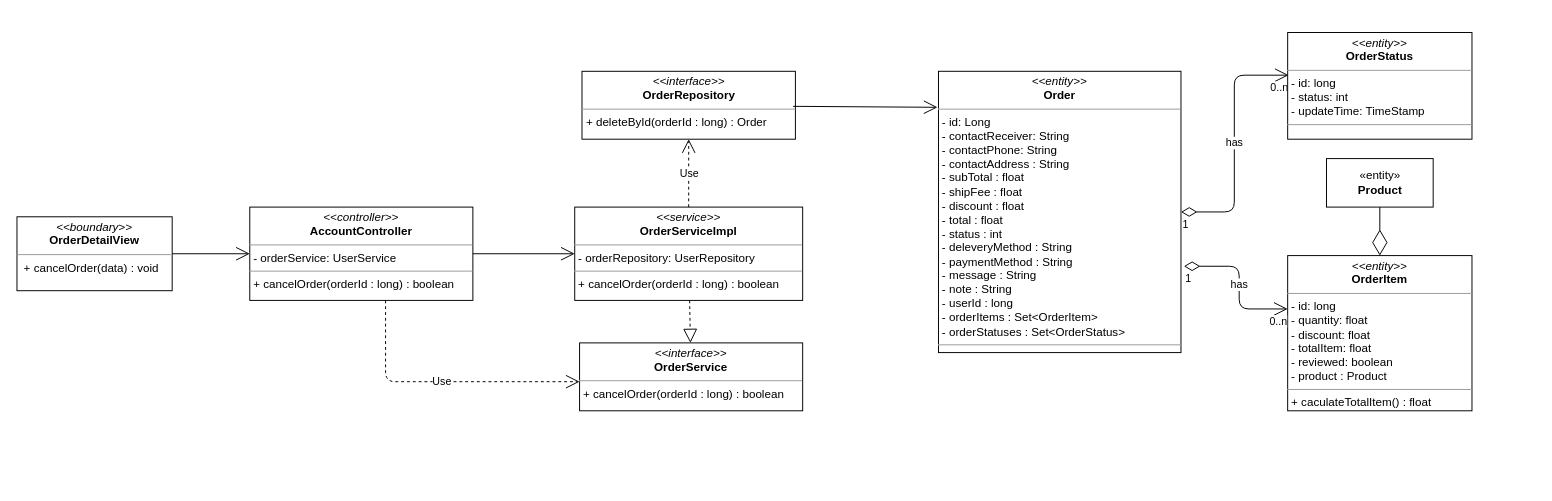
Before: class diagram/cancel-order-class-diagram.drawio in nguyenphamvan/datn_20202, a draw.io diagram. Source tidied: cells renumbered, new cells numbered last; positions are measured from the earlier drawing's top-left corner, leaving out a move shared by most shapes. Both pictures are drawn from the tidied source at 97%, with x=0, y=0 at pixel (16, 32).
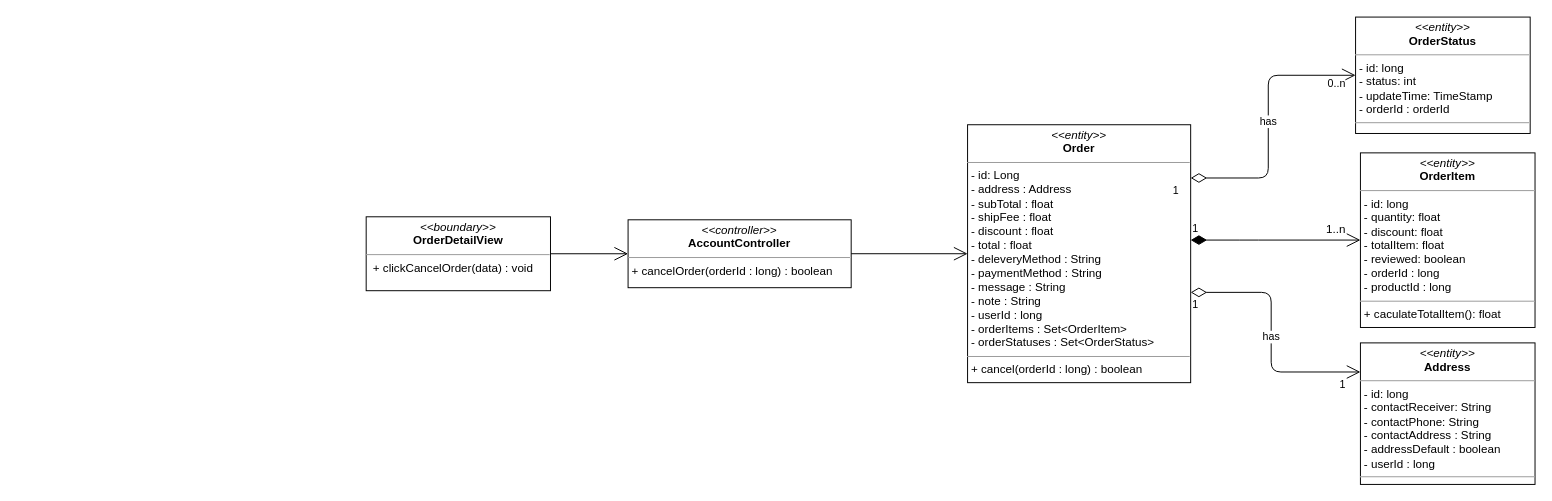
The same page after the edit.

What changed in the source:
```diff
@@
-    <mxCell id="2" value="&lt;p style=&quot;margin: 0px ; margin-top: 4px ; text-align: center&quot;&gt;&lt;i&gt;&amp;lt;&amp;lt;boundary&amp;gt;&amp;gt;&lt;/i&gt;&lt;br&gt;&lt;b&gt;OrderDetailView&lt;/b&gt;&lt;/p&gt;&lt;hr size=&quot;1&quot;&gt;&lt;p style=&quot;margin: 0px ; margin-left: 4px&quot;&gt;&lt;span&gt;&amp;nbsp;&lt;/span&gt;&lt;span&gt;+ cancelOrder(data) : void&lt;/span&gt;&lt;/p&gt;" style="verticalAlign=top;align=left;overflow=fill;fontSize=12;fontFamily=Helvetica;html=1;" parent="1" vertex="1">
-      <mxGeometry y="190" width="160" height="76.2" as="geometry" />
-    </mxCell>
-    <mxCell id="3" style="endArrow=open;endFill=1;endSize=12;html=1;exitX=1;exitY=0.5;exitDx=0;exitDy=0;" parent="1" edge="1" source="2" target="4">
-      <mxGeometry relative="1" as="geometry" />
-    </mxCell>
-    <mxCell id="4" value="&lt;p style=&quot;margin: 0px ; margin-top: 4px ; text-align: center&quot;&gt;&lt;i&gt;&amp;lt;&amp;lt;controller&amp;gt;&amp;gt;&lt;/i&gt;&lt;br&gt;&lt;b&gt;AccountController&lt;/b&gt;&lt;br&gt;&lt;/p&gt;&lt;hr size=&quot;1&quot;&gt;&lt;p style=&quot;margin: 0px ; margin-left: 4px&quot;&gt;- orderService: UserService&lt;/p&gt;&lt;hr size=&quot;1&quot;&gt;&lt;p style=&quot;margin: 0px ; margin-left: 4px&quot;&gt;+ cancelOrder(orderId : long) : boolean&lt;br&gt;&lt;/p&gt;" style="verticalAlign=top;align=left;overflow=fill;fontSize=12;fontFamily=Helvetica;html=1;" parent="1" vertex="1">
-      <mxGeometry x="240" y="180" width="230" height="96.2" as="geometry" />
-    </mxCell>
-    <mxCell id="5" value="&lt;p style=&quot;margin: 0px ; margin-top: 4px ; text-align: center&quot;&gt;&lt;i&gt;&amp;lt;&amp;lt;interface&amp;gt;&amp;gt;&lt;/i&gt;&lt;br&gt;&lt;b&gt;OrderService&lt;/b&gt;&lt;/p&gt;&lt;hr size=&quot;1&quot;&gt;&lt;p style=&quot;margin: 0px ; margin-left: 4px&quot;&gt;+ cancelOrder(orderId : long) : boolean&lt;/p&gt;" style="verticalAlign=top;align=left;overflow=fill;fontSize=12;fontFamily=Helvetica;html=1;" parent="1" vertex="1">
-      <mxGeometry x="580" y="320" width="230" height="70" as="geometry" />
-    </mxCell>
-    <mxCell id="6" value="&lt;p style=&quot;margin: 0px ; margin-top: 4px ; text-align: center&quot;&gt;&lt;i&gt;&amp;lt;&amp;lt;interface&amp;gt;&amp;gt;&lt;/i&gt;&lt;br&gt;&lt;b&gt;OrderRepository&lt;/b&gt;&lt;/p&gt;&lt;hr size=&quot;1&quot;&gt;&lt;p style=&quot;margin: 0px ; margin-left: 4px&quot;&gt;+ deleteById(orderId : long) : Order&lt;br&gt;&lt;/p&gt;" style="verticalAlign=top;align=left;overflow=fill;fontSize=12;fontFamily=Helvetica;html=1;" parent="1" vertex="1">
-      <mxGeometry x="582.5" y="40" width="220" height="70" as="geometry" />
-    </mxCell>
-    <mxCell id="7" value="&lt;p style=&quot;margin: 0px ; margin-top: 4px ; text-align: center&quot;&gt;&lt;i&gt;&amp;lt;&amp;lt;service&amp;gt;&amp;gt;&lt;/i&gt;&lt;br&gt;&lt;b&gt;OrderServiceImpl&lt;/b&gt;&lt;br&gt;&lt;/p&gt;&lt;hr size=&quot;1&quot;&gt;&lt;p style=&quot;margin: 0px ; margin-left: 4px&quot;&gt;- orderRepository: UserRepository&lt;/p&gt;&lt;hr size=&quot;1&quot;&gt;&lt;p style=&quot;margin: 0px ; margin-left: 4px&quot;&gt;+ cancelOrder(orderId : long) : boolean&lt;br&gt;&lt;/p&gt;" style="verticalAlign=top;align=left;overflow=fill;fontSize=12;fontFamily=Helvetica;html=1;" parent="1" vertex="1">
-      <mxGeometry x="575" y="180" width="235" height="96.2" as="geometry" />
-    </mxCell>
-    <mxCell id="8" style="endArrow=block;dashed=1;endFill=0;endSize=12;html=1;" parent="1" edge="1" source="7" target="5">
-      <mxGeometry relative="1" as="geometry" />
-    </mxCell>
-    <mxCell id="9" value="Use" style="endArrow=open;endSize=12;dashed=1;html=1;edgeStyle=orthogonalEdgeStyle;" parent="1" edge="1" source="4" target="5">
-      <mxGeometry relative="1" as="geometry">
-        <Array as="points">
-          <mxPoint x="380" y="360" />
-        </Array>
-      </mxGeometry>
-    </mxCell>
-    <mxCell id="10" style="endArrow=open;endFill=1;endSize=12;html=1;" parent="1" edge="1" source="4" target="7">
-      <mxGeometry relative="1" as="geometry" />
-    </mxCell>
-    <mxCell id="11" value="Use" style="endArrow=open;endSize=12;dashed=1;html=1;exitX=0.5;exitY=0;exitDx=0;exitDy=0;" parent="1" edge="1" source="7" target="6">
-      <mxGeometry relative="1" as="geometry" />
-    </mxCell>
-    <mxCell id="12" value="&lt;p style=&quot;margin: 0px ; margin-top: 4px ; text-align: center&quot;&gt;&lt;i&gt;&amp;lt;&amp;lt;entity&amp;gt;&amp;gt;&lt;/i&gt;&lt;br&gt;&lt;b&gt;Order&lt;/b&gt;&lt;/p&gt;&lt;hr size=&quot;1&quot;&gt;&lt;p style=&quot;margin: 0px ; margin-left: 4px&quot;&gt;- id: Long&lt;/p&gt;&lt;p style=&quot;margin: 0px 0px 0px 4px&quot;&gt;- contactReceiver: String&lt;br&gt;- contactPhone: String&lt;/p&gt;&lt;p style=&quot;margin: 0px 0px 0px 4px&quot;&gt;- contactAddress : String&lt;/p&gt;&lt;p style=&quot;margin: 0px 0px 0px 4px&quot;&gt;- subTotal : float&lt;/p&gt;&lt;p style=&quot;margin: 0px 0px 0px 4px&quot;&gt;- shipFee : float&lt;/p&gt;&lt;p style=&quot;margin: 0px 0px 0px 4px&quot;&gt;- discount : float&lt;/p&gt;&lt;p style=&quot;margin: 0px 0px 0px 4px&quot;&gt;- total : float&lt;/p&gt;&lt;p style=&quot;margin: 0px 0px 0px 4px&quot;&gt;- status : int&lt;/p&gt;&lt;p style=&quot;margin: 0px 0px 0px 4px&quot;&gt;- deleveryMethod : String&lt;/p&gt;&lt;p style=&quot;margin: 0px 0px 0px 4px&quot;&gt;- paymentMethod : String&lt;/p&gt;&lt;p style=&quot;margin: 0px 0px 0px 4px&quot;&gt;- message : String&lt;/p&gt;&lt;p style=&quot;margin: 0px 0px 0px 4px&quot;&gt;- note : String&lt;/p&gt;&lt;p style=&quot;margin: 0px 0px 0px 4px&quot;&gt;- userId : long&lt;/p&gt;&lt;p style=&quot;margin: 0px 0px 0px 4px&quot;&gt;- orderItems : Set&amp;lt;OrderItem&amp;gt;&lt;/p&gt;&lt;p style=&quot;margin: 0px 0px 0px 4px&quot;&gt;- orderStatuses : Set&amp;lt;OrderStatus&amp;gt;&amp;nbsp;&lt;/p&gt;&lt;hr size=&quot;1&quot;&gt;&lt;p style=&quot;margin: 0px ; margin-left: 4px&quot;&gt;&lt;br&gt;&lt;/p&gt;" style="verticalAlign=top;align=left;overflow=fill;fontSize=12;fontFamily=Helvetica;html=1;" parent="1" vertex="1">
-      <mxGeometry x="950" y="40" width="250" height="290" as="geometry" />
-    </mxCell>
-    <mxCell id="13" value="&lt;p style=&quot;margin: 0px ; margin-top: 4px ; text-align: center&quot;&gt;&lt;i&gt;&amp;lt;&amp;lt;entity&amp;gt;&amp;gt;&lt;/i&gt;&lt;br&gt;&lt;b&gt;OrderItem&lt;/b&gt;&lt;/p&gt;&lt;hr size=&quot;1&quot;&gt;&lt;p style=&quot;margin: 0px ; margin-left: 4px&quot;&gt;- id: long&lt;/p&gt;&lt;p style=&quot;margin: 0px ; margin-left: 4px&quot;&gt;- quantity: float&lt;br&gt;- discount: float&lt;/p&gt;&lt;p style=&quot;margin: 0px ; margin-left: 4px&quot;&gt;- totalItem: float&lt;/p&gt;&lt;p style=&quot;margin: 0px ; margin-left: 4px&quot;&gt;- reviewed: boolean&lt;/p&gt;&lt;p style=&quot;margin: 0px ; margin-left: 4px&quot;&gt;- product : Product&lt;/p&gt;&lt;hr size=&quot;1&quot;&gt;&lt;p style=&quot;margin: 0px ; margin-left: 4px&quot;&gt;+ caculateTotalItem() : float&lt;/p&gt;" style="verticalAlign=top;align=left;overflow=fill;fontSize=12;fontFamily=Helvetica;html=1;" parent="1" vertex="1">
-      <mxGeometry x="1310" y="230" width="190" height="160" as="geometry" />
-    </mxCell>
-    <mxCell id="14" value="has" style="endArrow=open;html=1;endSize=12;startArrow=diamondThin;startSize=14;startFill=0;edgeStyle=orthogonalEdgeStyle;entryX=0.005;entryY=0.4;entryDx=0;entryDy=0;entryPerimeter=0;" parent="1" edge="1" source="12" target="22">
-      <mxGeometry relative="1" as="geometry" />
-    </mxCell>
-    <mxCell id="15" value="1" style="edgeLabel;html=1;align=left;verticalAlign=top;" parent="14" vertex="1">
-      <mxGeometry x="-1" relative="1" as="geometry" />
-    </mxCell>
-    <mxCell id="16" value="0..n" style="edgeLabel;html=1;align=right;verticalAlign=top;" parent="14" vertex="1">
-      <mxGeometry x="1" relative="1" as="geometry" />
-    </mxCell>
-    <mxCell id="17" value="has" style="endArrow=open;html=1;endSize=12;startArrow=diamondThin;startSize=14;startFill=0;edgeStyle=orthogonalEdgeStyle;exitX=1.012;exitY=0.693;exitDx=0;exitDy=0;exitPerimeter=0;" parent="1" edge="1" source="12" target="13">
-      <mxGeometry relative="1" as="geometry">
-        <Array as="points">
-          <mxPoint x="1260" y="241" />
-          <mxPoint x="1260" y="285" />
-        </Array>
-      </mxGeometry>
-    </mxCell>
-    <mxCell id="18" value="1" style="edgeLabel;html=1;align=left;verticalAlign=top;" parent="17" vertex="1">
-      <mxGeometry x="-1" relative="1" as="geometry" />
-    </mxCell>
-    <mxCell id="19" value="0..n" style="edgeLabel;html=1;align=right;verticalAlign=top;" parent="17" vertex="1">
-      <mxGeometry x="1" relative="1" as="geometry" />
-    </mxCell>
-    <mxCell id="20" value="«entity»&lt;br&gt;&lt;b&gt;Product&lt;/b&gt;" style="html=1;" parent="1" vertex="1">
-      <mxGeometry x="1350" y="130" width="110" height="50" as="geometry" />
-    </mxCell>
-    <mxCell id="21" style="endArrow=diamondThin;endFill=0;endSize=24;html=1;exitX=0.5;exitY=1;exitDx=0;exitDy=0;" parent="1" edge="1" source="20" target="13">
-      <mxGeometry relative="1" as="geometry" />
-    </mxCell>
-    <mxCell id="22" value="&lt;p style=&quot;margin: 0px ; margin-top: 4px ; text-align: center&quot;&gt;&lt;i&gt;&amp;lt;&amp;lt;entity&amp;gt;&amp;gt;&lt;/i&gt;&lt;br&gt;&lt;b&gt;OrderStatus&lt;/b&gt;&lt;/p&gt;&lt;hr size=&quot;1&quot;&gt;&lt;p style=&quot;margin: 0px ; margin-left: 4px&quot;&gt;- id: long&lt;/p&gt;&lt;p style=&quot;margin: 0px ; margin-left: 4px&quot;&gt;- status: int&lt;br&gt;- updateTime: TimeStamp&lt;/p&gt;&lt;hr size=&quot;1&quot;&gt;&lt;p style=&quot;margin: 0px ; margin-left: 4px&quot;&gt;&lt;br&gt;&lt;/p&gt;" style="verticalAlign=top;align=left;overflow=fill;fontSize=12;fontFamily=Helvetica;html=1;" parent="1" vertex="1">
-      <mxGeometry x="1310" width="190" height="110" as="geometry" />
-    </mxCell>
-    <mxCell id="23" style="endArrow=open;endFill=1;endSize=12;html=1;exitX=0.989;exitY=0.516;exitDx=0;exitDy=0;exitPerimeter=0;entryX=-0.004;entryY=0.128;entryDx=0;entryDy=0;entryPerimeter=0;" parent="1" edge="1" source="6" target="12">
-      <mxGeometry relative="1" as="geometry" />
-    </mxCell>
+    <mxCell id="24" value="&lt;p style=&quot;margin: 0px ; margin-top: 4px ; text-align: center&quot;&gt;&lt;i&gt;&amp;lt;&amp;lt;boundary&amp;gt;&amp;gt;&lt;/i&gt;&lt;br&gt;&lt;b&gt;OrderDetailView&lt;/b&gt;&lt;/p&gt;&lt;hr size=&quot;1&quot;&gt;&lt;p style=&quot;margin: 0px ; margin-left: 4px&quot;&gt;&lt;span&gt;&amp;nbsp;&lt;/span&gt;&lt;span&gt;+ clickCancelOrder(data) : void&lt;/span&gt;&lt;/p&gt;" style="verticalAlign=top;align=left;overflow=fill;fontSize=12;fontFamily=Helvetica;html=1;" parent="1" vertex="1">
+      <mxGeometry x="360" y="190" width="190" height="76.2" as="geometry" />
+    </mxCell>
+    <mxCell id="25" style="endArrow=open;endFill=1;endSize=12;html=1;exitX=1;exitY=0.5;exitDx=0;exitDy=0;" parent="1" edge="1" source="24" target="26">
+      <mxGeometry relative="1" as="geometry" />
+    </mxCell>
+    <mxCell id="26" value="&lt;p style=&quot;margin: 0px ; margin-top: 4px ; text-align: center&quot;&gt;&lt;i&gt;&amp;lt;&amp;lt;controller&amp;gt;&amp;gt;&lt;/i&gt;&lt;br&gt;&lt;b&gt;AccountController&lt;/b&gt;&lt;/p&gt;&lt;hr size=&quot;1&quot;&gt;&lt;p style=&quot;margin: 0px ; margin-left: 4px&quot;&gt;+ cancelOrder(orderId : long) : boolean&lt;br&gt;&lt;/p&gt;" style="verticalAlign=top;align=left;overflow=fill;fontSize=12;fontFamily=Helvetica;html=1;" parent="1" vertex="1">
+      <mxGeometry x="630" y="193.1" width="230" height="70" as="geometry" />
+    </mxCell>
+    <mxCell id="27" style="endArrow=open;endFill=1;endSize=12;html=1;" parent="1" edge="1" source="26" target="34">
+      <mxGeometry relative="1" as="geometry" />
+    </mxCell>
+    <mxCell id="28" value="&lt;p style=&quot;margin: 0px ; margin-top: 4px ; text-align: center&quot;&gt;&lt;i&gt;&amp;lt;&amp;lt;entity&amp;gt;&amp;gt;&lt;/i&gt;&lt;br&gt;&lt;b&gt;Address&lt;/b&gt;&lt;/p&gt;&lt;hr size=&quot;1&quot;&gt;&lt;p style=&quot;margin: 0px ; margin-left: 4px&quot;&gt;- id: long&lt;/p&gt;&lt;p style=&quot;margin: 0px ; margin-left: 4px&quot;&gt;- contactReceiver: String&lt;br&gt;- contactPhone: String&lt;/p&gt;&lt;p style=&quot;margin: 0px ; margin-left: 4px&quot;&gt;- contactAddress : String&lt;/p&gt;&lt;p style=&quot;margin: 0px ; margin-left: 4px&quot;&gt;- addressDefault : boolean&lt;/p&gt;&lt;p style=&quot;margin: 0px ; margin-left: 4px&quot;&gt;- userId : long&lt;/p&gt;&lt;hr size=&quot;1&quot;&gt;&lt;p style=&quot;margin: 0px ; margin-left: 4px&quot;&gt;&lt;br&gt;&lt;/p&gt;" style="verticalAlign=top;align=left;overflow=fill;fontSize=12;fontFamily=Helvetica;html=1;" parent="1" vertex="1">
+      <mxGeometry x="1385" y="320" width="180" height="145.9" as="geometry" />
+    </mxCell>
+    <mxCell id="29" value="&lt;p style=&quot;margin: 0px ; margin-top: 4px ; text-align: center&quot;&gt;&lt;i&gt;&amp;lt;&amp;lt;entity&amp;gt;&amp;gt;&lt;/i&gt;&lt;br&gt;&lt;b&gt;OrderItem&lt;/b&gt;&lt;/p&gt;&lt;hr size=&quot;1&quot;&gt;&lt;p style=&quot;margin: 0px ; margin-left: 4px&quot;&gt;- id: long&lt;/p&gt;&lt;p style=&quot;margin: 0px ; margin-left: 4px&quot;&gt;- quantity: float&lt;br&gt;- discount: float&lt;/p&gt;&lt;p style=&quot;margin: 0px ; margin-left: 4px&quot;&gt;- totalItem: float&lt;/p&gt;&lt;p style=&quot;margin: 0px ; margin-left: 4px&quot;&gt;- reviewed: boolean&lt;/p&gt;&lt;p style=&quot;margin: 0px ; margin-left: 4px&quot;&gt;- orderId : long&lt;/p&gt;&lt;p style=&quot;margin: 0px ; margin-left: 4px&quot;&gt;- productId : long&lt;/p&gt;&lt;hr size=&quot;1&quot;&gt;&lt;p style=&quot;margin: 0px ; margin-left: 4px&quot;&gt;+ caculateTotalItem(): float&lt;br&gt;&lt;/p&gt;" style="verticalAlign=top;align=left;overflow=fill;fontSize=12;fontFamily=Helvetica;html=1;" parent="1" vertex="1">
+      <mxGeometry x="1385" y="124.1" width="180" height="180" as="geometry" />
+    </mxCell>
+    <mxCell id="30" value="&lt;p style=&quot;margin: 0px ; margin-top: 4px ; text-align: center&quot;&gt;&lt;i&gt;&amp;lt;&amp;lt;entity&amp;gt;&amp;gt;&lt;/i&gt;&lt;br&gt;&lt;b&gt;OrderStatus&lt;/b&gt;&lt;/p&gt;&lt;hr size=&quot;1&quot;&gt;&lt;p style=&quot;margin: 0px ; margin-left: 4px&quot;&gt;- id: long&lt;/p&gt;&lt;p style=&quot;margin: 0px ; margin-left: 4px&quot;&gt;- status: int&lt;br&gt;- updateTime: TimeStamp&lt;/p&gt;&lt;p style=&quot;margin: 0px ; margin-left: 4px&quot;&gt;- orderId : orderId&lt;/p&gt;&lt;hr size=&quot;1&quot;&gt;&lt;p style=&quot;margin: 0px ; margin-left: 4px&quot;&gt;&lt;br&gt;&lt;/p&gt;" style="verticalAlign=top;align=left;overflow=fill;fontSize=12;fontFamily=Helvetica;html=1;" parent="1" vertex="1">
+      <mxGeometry x="1380" y="-15.9" width="180" height="120" as="geometry" />
+    </mxCell>
+    <mxCell id="31" value="has" style="endArrow=open;html=1;endSize=12;startArrow=diamondThin;startSize=14;startFill=0;edgeStyle=orthogonalEdgeStyle;exitX=1;exitY=0.65;exitDx=0;exitDy=0;exitPerimeter=0;" parent="1" edge="1" source="34" target="28">
+      <mxGeometry relative="1" as="geometry">
+        <Array as="points">
+          <mxPoint x="1293" y="268" />
+          <mxPoint x="1293" y="350" />
+        </Array>
+      </mxGeometry>
+    </mxCell>
+    <mxCell id="32" value="1" style="edgeLabel;html=1;align=left;verticalAlign=top;" parent="31" vertex="1">
+      <mxGeometry x="-1" relative="1" as="geometry" />
+    </mxCell>
+    <mxCell id="33" value="1" style="edgeLabel;html=1;align=right;verticalAlign=top;" parent="31" vertex="1">
+      <mxGeometry x="1" relative="1" as="geometry">
+        <mxPoint x="-15" as="offset" />
+      </mxGeometry>
+    </mxCell>
+    <mxCell id="34" value="&lt;p style=&quot;margin: 0px ; margin-top: 4px ; text-align: center&quot;&gt;&lt;i&gt;&amp;lt;&amp;lt;entity&amp;gt;&amp;gt;&lt;/i&gt;&lt;br&gt;&lt;b&gt;Order&lt;/b&gt;&lt;/p&gt;&lt;hr size=&quot;1&quot;&gt;&lt;p style=&quot;margin: 0px ; margin-left: 4px&quot;&gt;- id: Long&lt;/p&gt;&lt;p style=&quot;margin: 0px 0px 0px 4px&quot;&gt;- address : Address&lt;/p&gt;&lt;p style=&quot;margin: 0px 0px 0px 4px&quot;&gt;- subTotal : float&lt;/p&gt;&lt;p style=&quot;margin: 0px 0px 0px 4px&quot;&gt;- shipFee : float&lt;/p&gt;&lt;p style=&quot;margin: 0px 0px 0px 4px&quot;&gt;- discount : float&lt;/p&gt;&lt;p style=&quot;margin: 0px 0px 0px 4px&quot;&gt;- total : float&lt;/p&gt;&lt;p style=&quot;margin: 0px 0px 0px 4px&quot;&gt;- deleveryMethod : String&lt;/p&gt;&lt;p style=&quot;margin: 0px 0px 0px 4px&quot;&gt;- paymentMethod : String&lt;/p&gt;&lt;p style=&quot;margin: 0px 0px 0px 4px&quot;&gt;- message : String&lt;/p&gt;&lt;p style=&quot;margin: 0px 0px 0px 4px&quot;&gt;- note : String&lt;/p&gt;&lt;p style=&quot;margin: 0px 0px 0px 4px&quot;&gt;- userId : long&lt;/p&gt;&lt;p style=&quot;margin: 0px 0px 0px 4px&quot;&gt;- orderItems : Set&amp;lt;OrderItem&amp;gt;&lt;/p&gt;&lt;p style=&quot;margin: 0px 0px 0px 4px&quot;&gt;- orderStatuses : Set&amp;lt;OrderStatus&amp;gt;&lt;/p&gt;&lt;hr size=&quot;1&quot;&gt;&lt;p style=&quot;margin: 0px ; margin-left: 4px&quot;&gt;+ cancel(orderId : long) : boolean&lt;/p&gt;" style="verticalAlign=top;align=left;overflow=fill;fontSize=12;fontFamily=Helvetica;html=1;" parent="1" vertex="1">
+      <mxGeometry x="980" y="95.1" width="230" height="265.9" as="geometry" />
+    </mxCell>
+    <mxCell id="35" value="has" style="endArrow=open;html=1;endSize=12;startArrow=diamondThin;startSize=14;startFill=0;edgeStyle=orthogonalEdgeStyle;" parent="1" edge="1" source="34">
+      <mxGeometry relative="1" as="geometry">
+        <mxPoint x="1380" y="44.1" as="targetPoint" />
+        <Array as="points">
+          <mxPoint x="1290" y="150" />
+          <mxPoint x="1290" y="44" />
+        </Array>
+      </mxGeometry>
+    </mxCell>
+    <mxCell id="36" value="1" style="edgeLabel;html=1;align=left;verticalAlign=top;" parent="35" vertex="1">
+      <mxGeometry x="-1" relative="1" as="geometry">
+        <mxPoint x="-20" as="offset" />
+      </mxGeometry>
+    </mxCell>
+    <mxCell id="37" value="0..n" style="edgeLabel;html=1;align=right;verticalAlign=top;" parent="35" vertex="1">
+      <mxGeometry x="1" relative="1" as="geometry">
+        <mxPoint x="-10" y="-4" as="offset" />
+      </mxGeometry>
+    </mxCell>
+    <mxCell id="38" value="1" style="endArrow=open;html=1;endSize=12;startArrow=diamondThin;startSize=14;startFill=1;edgeStyle=orthogonalEdgeStyle;align=left;verticalAlign=bottom;" parent="1" edge="1" source="34">
+      <mxGeometry x="-1" y="3" relative="1" as="geometry">
+        <mxPoint x="1385" y="214" as="targetPoint" />
+        <Array as="points">
+          <mxPoint x="1270" y="214" />
+          <mxPoint x="1270" y="214" />
+        </Array>
+      </mxGeometry>
+    </mxCell>
+    <mxCell id="39" value="1..n" style="text;html=1;strokeColor=none;fillColor=none;align=center;verticalAlign=middle;whiteSpace=wrap;rounded=0;" parent="1" vertex="1">
+      <mxGeometry x="1340" y="193.1" width="40" height="20" as="geometry" />
+    </mxCell>
```
